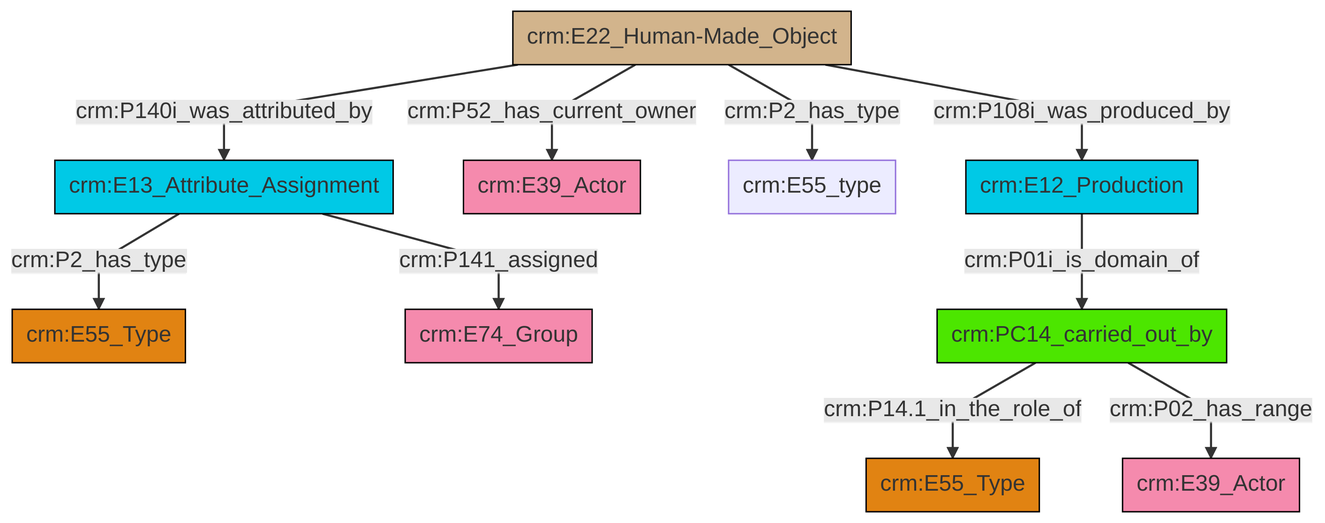
The Mermaid diagram et/builtWorkCSV/ttl/mmd/png/Built_Work_actor_relations.png in swiss-art-research-net/docs.swissartresearch, before a commit. Its source is kept beside it as et/builtWorkCSV/ttl/mmd/Built_Work_actor_relations.ttl.mmd.
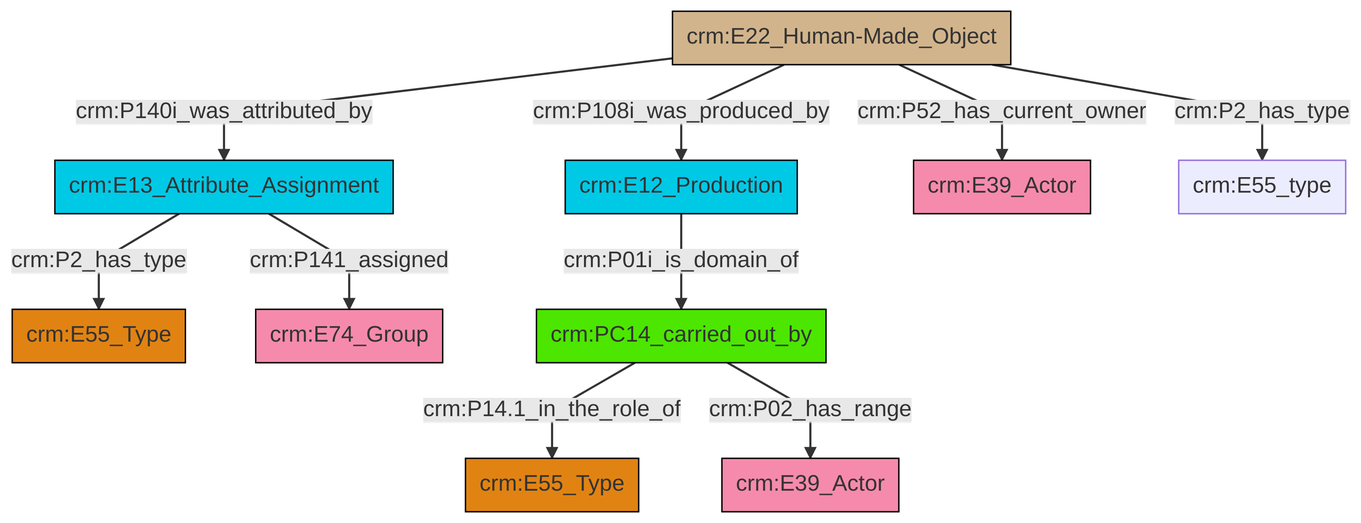
Later version of the same file.

Change to the diagram source:
```diff
@@ -13,12 +13,12 @@
 classDef PC_Classes fill:#4ce600, stroke:#000000;
 classDef Multi fill:#cccccc,stroke:#000000;
 
-4["crm:E22_Human-Made_Object"]:::Physical_Thing -->|crm:P52_has_current_owner| 5["crm:E39_Actor"]:::Actor
-4["crm:E22_Human-Made_Object"]:::Physical_Thing -->|crm:P2_has_type| 6["crm:E55_type"]:::Default
-0["crm:E13_Attribute_Assignment"]:::Temporal_Entity -->|crm:P141_assigned| 10["crm:E74_Group"]:::Actor
-4["crm:E22_Human-Made_Object"]:::Physical_Thing -->|crm:P108i_was_produced_by| 11["crm:E12_Production"]:::Temporal_Entity
-4["crm:E22_Human-Made_Object"]:::Physical_Thing -->|crm:P140i_was_attributed_by| 0["crm:E13_Attribute_Assignment"]:::Temporal_Entity
-11["crm:E12_Production"]:::Temporal_Entity -->|crm:P01i_is_domain_of| 16["crm:PC14_carried_out_by"]:::PC_Classes
-16["crm:PC14_carried_out_by"]:::PC_Classes -->|crm:P14.1_in_the_role_of| 2["crm:E55_Type"]:::Type
-16["crm:PC14_carried_out_by"]:::PC_Classes -->|crm:P02_has_range| 13["crm:E39_Actor"]:::Actor
-0["crm:E13_Attribute_Assignment"]:::Temporal_Entity -->|crm:P2_has_type| 8["crm:E55_Type"]:::Type
+0["crm:E22_Human-Made_Object"]:::Physical_Thing -->|crm:P140i_was_attributed_by| 1["crm:E13_Attribute_Assignment"]:::Temporal_Entity
+1["crm:E13_Attribute_Assignment"]:::Temporal_Entity -->|crm:P2_has_type| 6["crm:E55_Type"]:::Type
+0["crm:E22_Human-Made_Object"]:::Physical_Thing -->|crm:P108i_was_produced_by| 2["crm:E12_Production"]:::Temporal_Entity
+1["crm:E13_Attribute_Assignment"]:::Temporal_Entity -->|crm:P141_assigned| 14["crm:E74_Group"]:::Actor
+11["crm:PC14_carried_out_by"]:::PC_Classes -->|crm:P14.1_in_the_role_of| 15["crm:E55_Type"]:::Type
+0["crm:E22_Human-Made_Object"]:::Physical_Thing -->|crm:P52_has_current_owner| 4["crm:E39_Actor"]:::Actor
+11["crm:PC14_carried_out_by"]:::PC_Classes -->|crm:P02_has_range| 9["crm:E39_Actor"]:::Actor
+2["crm:E12_Production"]:::Temporal_Entity -->|crm:P01i_is_domain_of| 11["crm:PC14_carried_out_by"]:::PC_Classes
+0["crm:E22_Human-Made_Object"]:::Physical_Thing -->|crm:P2_has_type| 19["crm:E55_type"]:::Default
```
